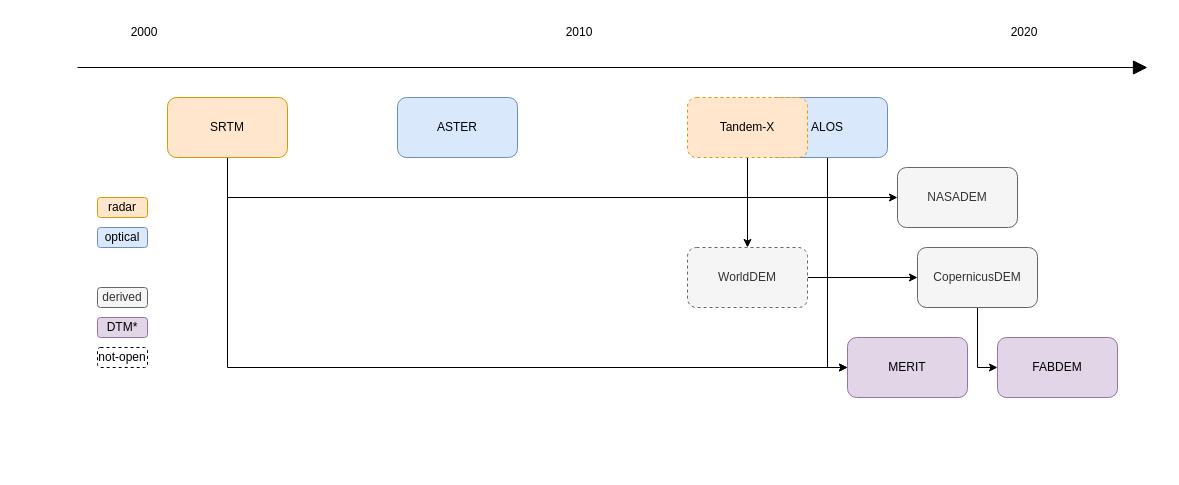
Above: gdem/figs/dems_overview.drawio in tudelft3d/terrainbook (draw.io), before the change. Source tidied: cells renumbered, new cells numbered last; positions are measured from the earlier drawing's top-left corner, leaving out a move shared by most shapes. Both pictures are drawn from the tidied source at 100%, with x=0, y=0 at pixel (77, 17).
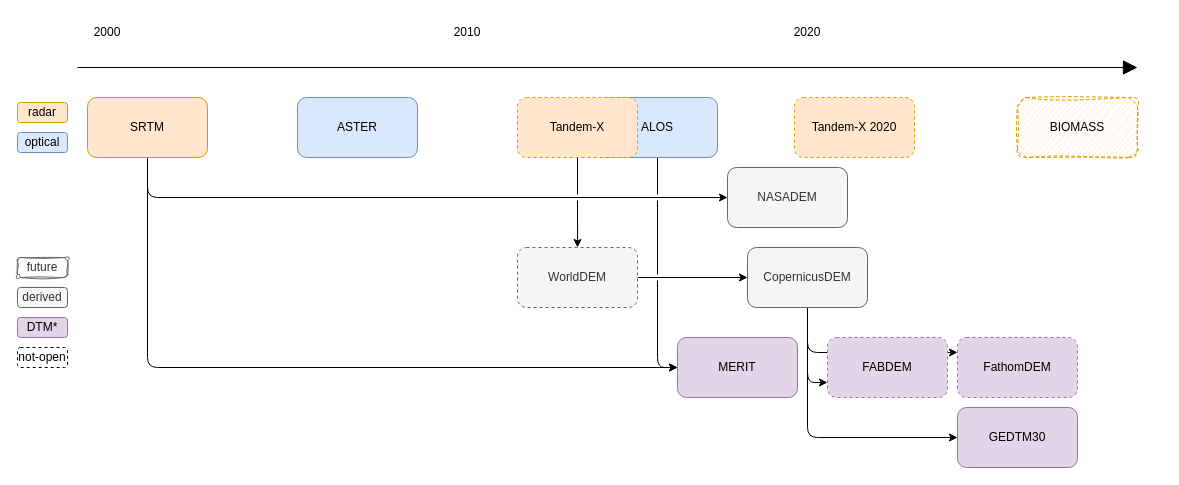
The same page after the edit.

The edit, as a diff of the source:
```diff
@@
+    <mxCell id="13" style="edgeStyle=orthogonalEdgeStyle;rounded=1;jumpStyle=gap;jettySize=auto;html=1;entryX=0;entryY=0.5;entryDx=0;entryDy=0;exitX=1;exitY=0.5;exitDx=0;exitDy=0;" parent="1" edge="1" source="14" target="10">
+      <mxGeometry relative="1" as="geometry" />
+    </mxCell>
-    <mxCell id="2" style="edgeStyle=orthogonalEdgeStyle;rounded=0;jettySize=auto;html=1;exitX=0.5;exitY=1;exitDx=0;exitDy=0;entryX=0;entryY=0.5;entryDx=0;entryDy=0;" parent="1" edge="1" source="4" target="8">
+    <mxCell id="2" style="edgeStyle=orthogonalEdgeStyle;jettySize=auto;html=1;exitX=0.5;exitY=1;exitDx=0;exitDy=0;entryX=0;entryY=0.5;entryDx=0;entryDy=0;rounded=1;jumpStyle=gap;" parent="1" edge="1" source="4" target="8">
       <mxGeometry relative="1" as="geometry" />
     </mxCell>
+    <mxCell id="6" style="edgeStyle=orthogonalEdgeStyle;rounded=1;jumpStyle=gap;jettySize=auto;html=1;exitX=0.5;exitY=1;exitDx=0;exitDy=0;entryX=0;entryY=0.5;entryDx=0;entryDy=0;" parent="1" edge="1" source="7" target="12">
+      <mxGeometry relative="1" as="geometry" />
+    </mxCell>
-    <mxCell id="3" style="edgeStyle=orthogonalEdgeStyle;rounded=0;jettySize=auto;html=1;exitX=0.5;exitY=1;exitDx=0;exitDy=0;entryX=0;entryY=0.5;entryDx=0;entryDy=0;" parent="1" edge="1" source="4" target="12">
+    <mxCell id="3" style="edgeStyle=orthogonalEdgeStyle;jettySize=auto;html=1;exitX=0.5;exitY=1;exitDx=0;exitDy=0;entryX=0;entryY=0.5;entryDx=0;entryDy=0;rounded=1;jumpStyle=gap;" parent="1" edge="1" source="4" target="12">
       <mxGeometry relative="1" as="geometry" />
     </mxCell>
     <mxCell id="4" value="SRTM" style="rounded=1;whiteSpace=wrap;html=1;fillColor=#ffe6cc;strokeColor=#d79b00;" parent="1" vertex="1">
-      <mxGeometry x="90" y="80" width="120" height="60" as="geometry" />
+      <mxGeometry x="10" y="80" width="120" height="60" as="geometry" />
     </mxCell>
     <mxCell id="5" value="ASTER" style="rounded=1;whiteSpace=wrap;html=1;fillColor=#dae8fc;strokeColor=#6c8ebf;" parent="1" vertex="1">
-      <mxGeometry x="320" y="80" width="120" height="60" as="geometry" />
+      <mxGeometry x="220" y="80" width="120" height="60" as="geometry" />
     </mxCell>
-    <mxCell id="6" style="edgeStyle=orthogonalEdgeStyle;rounded=0;jettySize=auto;html=1;exitX=0.5;exitY=1;exitDx=0;exitDy=0;entryX=0;entryY=0.5;entryDx=0;entryDy=0;" parent="1" edge="1" source="7" target="12">
-      <mxGeometry relative="1" as="geometry" />
-    </mxCell>
     <mxCell id="7" value="ALOS" style="rounded=1;whiteSpace=wrap;html=1;fillColor=#dae8fc;strokeColor=#6c8ebf;" parent="1" vertex="1">
-      <mxGeometry x="690" y="80" width="120" height="60" as="geometry" />
+      <mxGeometry x="520" y="80" width="120" height="60" as="geometry" />
     </mxCell>
     <mxCell id="8" value="NASADEM" style="rounded=1;whiteSpace=wrap;html=1;fillColor=#f5f5f5;fontColor=#333333;strokeColor=#666666;" parent="1" vertex="1">
-      <mxGeometry x="820" y="150" width="120" height="60" as="geometry" />
+      <mxGeometry x="650" y="150" width="120" height="60" as="geometry" />
     </mxCell>
-    <mxCell id="9" style="edgeStyle=orthogonalEdgeStyle;rounded=0;jettySize=auto;html=1;exitX=0.5;exitY=1;exitDx=0;exitDy=0;entryX=0;entryY=0.5;entryDx=0;entryDy=0;" parent="1" edge="1" source="10" target="11">
+    <mxCell id="9" style="edgeStyle=orthogonalEdgeStyle;jettySize=auto;html=1;exitX=0.5;exitY=1;exitDx=0;exitDy=0;entryX=0;entryY=0.75;entryDx=0;entryDy=0;rounded=1;jumpStyle=gap;" parent="1" edge="1" source="10" target="11">
       <mxGeometry relative="1" as="geometry" />
     </mxCell>
+    <mxCell id="26" style="rounded=1;jettySize=auto;html=1;exitX=0.5;exitY=1;exitDx=0;exitDy=0;entryX=0;entryY=0.5;entryDx=0;entryDy=0;edgeStyle=orthogonalEdgeStyle;jumpStyle=gap;" parent="1" edge="1" source="10" target="31">
+      <mxGeometry relative="1" as="geometry" />
+    </mxCell>
+    <mxCell id="27" style="edgeStyle=orthogonalEdgeStyle;sketch=0;jettySize=auto;html=1;exitX=0.5;exitY=1;exitDx=0;exitDy=0;entryX=0;entryY=0.25;entryDx=0;entryDy=0;rounded=1;jumpStyle=gap;" parent="1" edge="1" source="10" target="30">
+      <mxGeometry relative="1" as="geometry" />
+    </mxCell>
     <mxCell id="10" value="CopernicusDEM" style="rounded=1;whiteSpace=wrap;html=1;fillColor=#f5f5f5;fontColor=#333333;strokeColor=#666666;glass=0;sketch=0;shadow=0;" parent="1" vertex="1">
-      <mxGeometry x="840" y="230" width="120" height="60" as="geometry" />
+      <mxGeometry x="670" y="230" width="120" height="60" as="geometry" />
     </mxCell>
-    <mxCell id="11" value="FABDEM" style="rounded=1;whiteSpace=wrap;html=1;fillColor=#e1d5e7;strokeColor=#9673a6;" parent="1" vertex="1">
-      <mxGeometry x="920" y="320" width="120" height="60" as="geometry" />
+    <mxCell id="11" value="FABDEM" style="rounded=1;whiteSpace=wrap;html=1;fillColor=#e1d5e7;strokeColor=#9673a6;dashed=1;" parent="1" vertex="1">
+      <mxGeometry x="750" y="320" width="120" height="60" as="geometry" />
     </mxCell>
     <mxCell id="12" value="MERIT" style="rounded=1;whiteSpace=wrap;html=1;fillColor=#e1d5e7;strokeColor=#9673a6;" parent="1" vertex="1">
-      <mxGeometry x="770" y="320" width="120" height="60" as="geometry" />
+      <mxGeometry x="600" y="320" width="120" height="60" as="geometry" />
     </mxCell>
-    <mxCell id="13" style="edgeStyle=orthogonalEdgeStyle;rounded=0;jettySize=auto;html=1;exitX=1;exitY=0.5;exitDx=0;exitDy=0;" parent="1" edge="1" source="14" target="10">
-      <mxGeometry relative="1" as="geometry" />
-    </mxCell>
     <mxCell id="14" value="WorldDEM" style="rounded=1;whiteSpace=wrap;html=1;fillColor=#f5f5f5;fontColor=#333333;strokeColor=#666666;dashed=1;" parent="1" vertex="1">
-      <mxGeometry x="610" y="230" width="120" height="60" as="geometry" />
+      <mxGeometry x="440" y="230" width="120" height="60" as="geometry" />
     </mxCell>
-    <mxCell id="15" style="edgeStyle=orthogonalEdgeStyle;rounded=0;jettySize=auto;html=1;exitX=0.5;exitY=1;exitDx=0;exitDy=0;entryX=0.5;entryY=0;entryDx=0;entryDy=0;" parent="1" edge="1" source="16" target="14">
-      <mxGeometry relative="1" as="geometry" />
+    <mxCell id="15" style="edgeStyle=orthogonalEdgeStyle;jettySize=auto;html=1;entryX=0.5;entryY=0;entryDx=0;entryDy=0;rounded=1;jumpStyle=gap;" parent="1" edge="1" target="14">
+      <mxGeometry relative="1" as="geometry">
+        <mxPoint x="500" y="140" as="sourcePoint" />
+      </mxGeometry>
     </mxCell>
     <mxCell id="16" value="Tandem-X" style="rounded=1;whiteSpace=wrap;html=1;fillColor=#ffe6cc;strokeColor=#d79b00;dashed=1;" parent="1" vertex="1">
-      <mxGeometry x="610" y="80" width="120" height="60" as="geometry" />
+      <mxGeometry x="440" y="80" width="120" height="60" as="geometry" />
     </mxCell>
     <mxCell id="17" style="endArrow=block;html=1;rounded=0;endFill=1;endSize=12;" parent="1" edge="1">
       <mxGeometry relative="1" as="geometry">
         <mxPoint y="50" as="sourcePoint" />
-        <mxPoint x="1070" y="50" as="targetPoint" />
+        <mxPoint x="1060" y="50" as="targetPoint" />
       </mxGeometry>
     </mxCell>
     <mxCell id="18" value="2000&lt;br&gt;" style="text;html=1;strokeColor=none;fillColor=none;align=center;verticalAlign=middle;whiteSpace=wrap;rounded=0;" parent="1" vertex="1">
-      <mxGeometry x="37" width="60" height="30" as="geometry" />
+      <mxGeometry width="60" height="30" as="geometry" />
     </mxCell>
     <mxCell id="19" value="2010" style="text;html=1;strokeColor=none;fillColor=none;align=center;verticalAlign=middle;whiteSpace=wrap;rounded=0;" parent="1" vertex="1">
-      <mxGeometry x="472" width="60" height="30" as="geometry" />
+      <mxGeometry x="360" width="60" height="30" as="geometry" />
     </mxCell>
     <mxCell id="20" value="2020" style="text;html=1;strokeColor=none;fillColor=none;align=center;verticalAlign=middle;whiteSpace=wrap;rounded=0;" parent="1" vertex="1">
-      <mxGeometry x="917" width="60" height="30" as="geometry" />
+      <mxGeometry x="700" width="60" height="30" as="geometry" />
     </mxCell>
     <mxCell id="21" value="radar" style="rounded=1;whiteSpace=wrap;html=1;shadow=0;glass=0;sketch=0;fillColor=#ffe6cc;strokeColor=#d79b00;" parent="1" vertex="1">
-      <mxGeometry x="20" y="180" width="50" height="20" as="geometry" />
+      <mxGeometry x="-60" y="85" width="50" height="20" as="geometry" />
     </mxCell>
     <mxCell id="22" value="optical" style="rounded=1;whiteSpace=wrap;html=1;shadow=0;glass=0;sketch=0;fillColor=#dae8fc;strokeColor=#6c8ebf;" parent="1" vertex="1">
-      <mxGeometry x="20" y="210" width="50" height="20" as="geometry" />
+      <mxGeometry x="-60" y="115" width="50" height="20" as="geometry" />
     </mxCell>
     <mxCell id="23" value="derived" style="rounded=1;whiteSpace=wrap;html=1;shadow=0;glass=0;sketch=0;fillColor=#f5f5f5;fontColor=#333333;strokeColor=#666666;" parent="1" vertex="1">
-      <mxGeometry x="20" y="270" width="50" height="20" as="geometry" />
+      <mxGeometry x="-60" y="270" width="50" height="20" as="geometry" />
     </mxCell>
     <mxCell id="24" value="DTM*" style="rounded=1;whiteSpace=wrap;html=1;shadow=0;glass=0;sketch=0;fillColor=#e1d5e7;strokeColor=#9673a6;" parent="1" vertex="1">
-      <mxGeometry x="20" y="300" width="50" height="20" as="geometry" />
+      <mxGeometry x="-60" y="300" width="50" height="20" as="geometry" />
     </mxCell>
     <mxCell id="25" value="not-open" style="rounded=1;whiteSpace=wrap;html=1;shadow=0;glass=0;sketch=0;dashed=1;" parent="1" vertex="1">
-      <mxGeometry x="20" y="330" width="50" height="20" as="geometry" />
+      <mxGeometry x="-60" y="330" width="50" height="20" as="geometry" />
     </mxCell>
+    <mxCell id="28" value="Tandem-X 2020" style="rounded=1;whiteSpace=wrap;html=1;fillColor=#ffe6cc;strokeColor=#d79b00;dashed=1;" parent="1" vertex="1">
+      <mxGeometry x="717" y="80" width="120" height="60" as="geometry" />
+    </mxCell>
+    <mxCell id="29" value="BIOMASS" style="rounded=1;whiteSpace=wrap;html=1;fillColor=#ffe6cc;strokeColor=#d79b00;dashed=1;fillStyle=auto;glass=0;sketch=1;curveFitting=1;jiggle=2;" parent="1" vertex="1">
+      <mxGeometry x="940" y="80" width="120" height="60" as="geometry" />
+    </mxCell>
+    <mxCell id="30" value="FathomDEM" style="rounded=1;whiteSpace=wrap;html=1;fillColor=#e1d5e7;strokeColor=#9673a6;dashed=1;" parent="1" vertex="1">
+      <mxGeometry x="880" y="320" width="120" height="60" as="geometry" />
+    </mxCell>
+    <mxCell id="31" value="GEDTM30" style="rounded=1;whiteSpace=wrap;html=1;fillColor=#e1d5e7;strokeColor=#9673a6;" parent="1" vertex="1">
+      <mxGeometry x="880" y="390" width="120" height="60" as="geometry" />
+    </mxCell>
+    <mxCell id="32" value="future" style="rounded=1;whiteSpace=wrap;html=1;shadow=0;glass=0;sketch=1;fillColor=#f5f5f5;fontColor=#333333;strokeColor=#666666;curveFitting=1;jiggle=2;" parent="1" vertex="1">
+      <mxGeometry x="-60" y="240" width="50" height="20" as="geometry" />
+    </mxCell>
```
